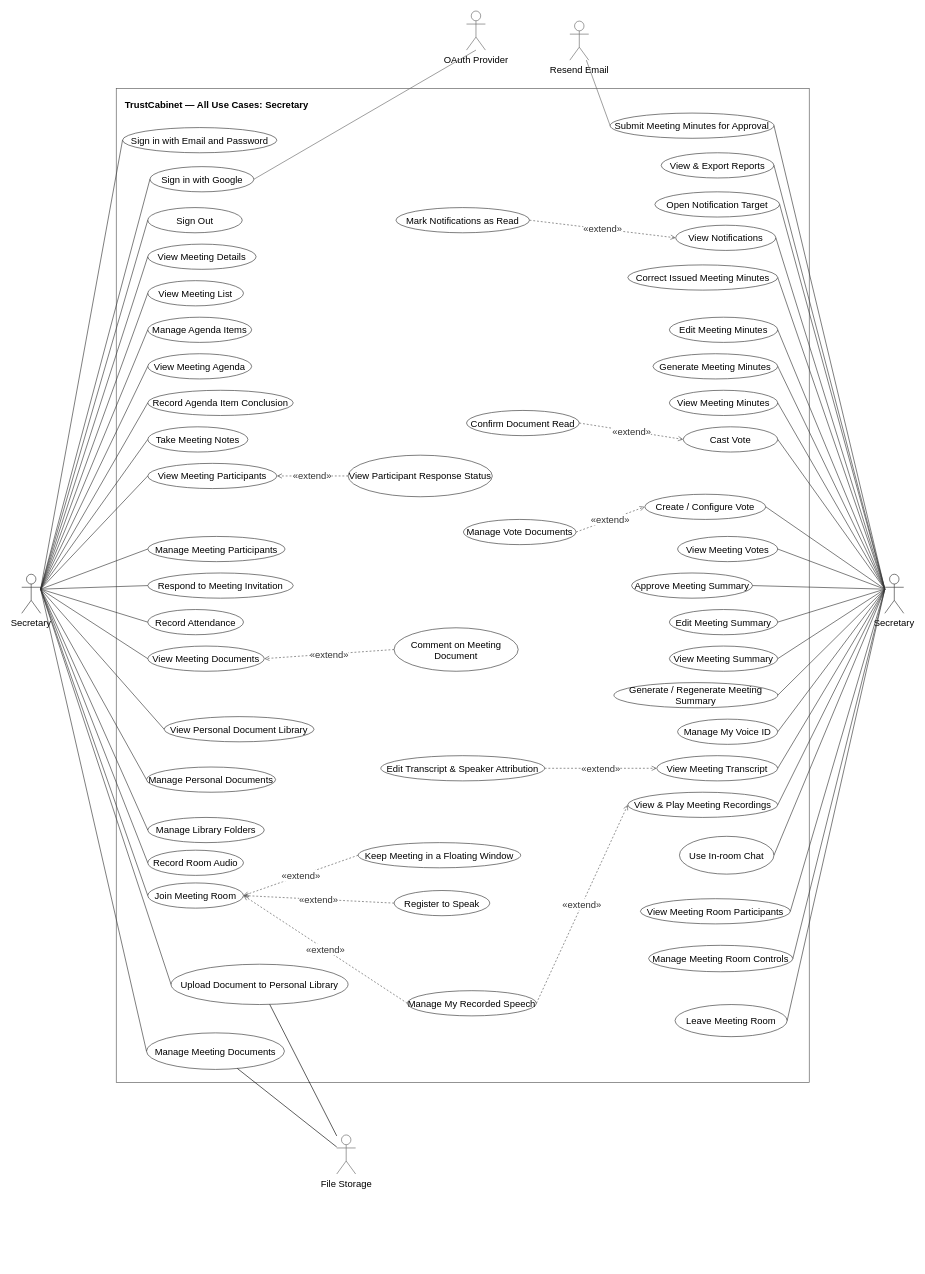
Earlier version of the draw.io diagram page "Secretary" (5 of 7) of docs/14-uc-diagram/trustcabinet-use-cases.drawio (callmehai/FU-FA26-G116). Source tidied: cells renumbered, new cells numbered last; positions are measured from the earlier drawing's top-left corner, leaving out a move shared by most shapes. Both pictures are drawn from the tidied source at 63%, with x=0, y=0 at pixel (21, 11).
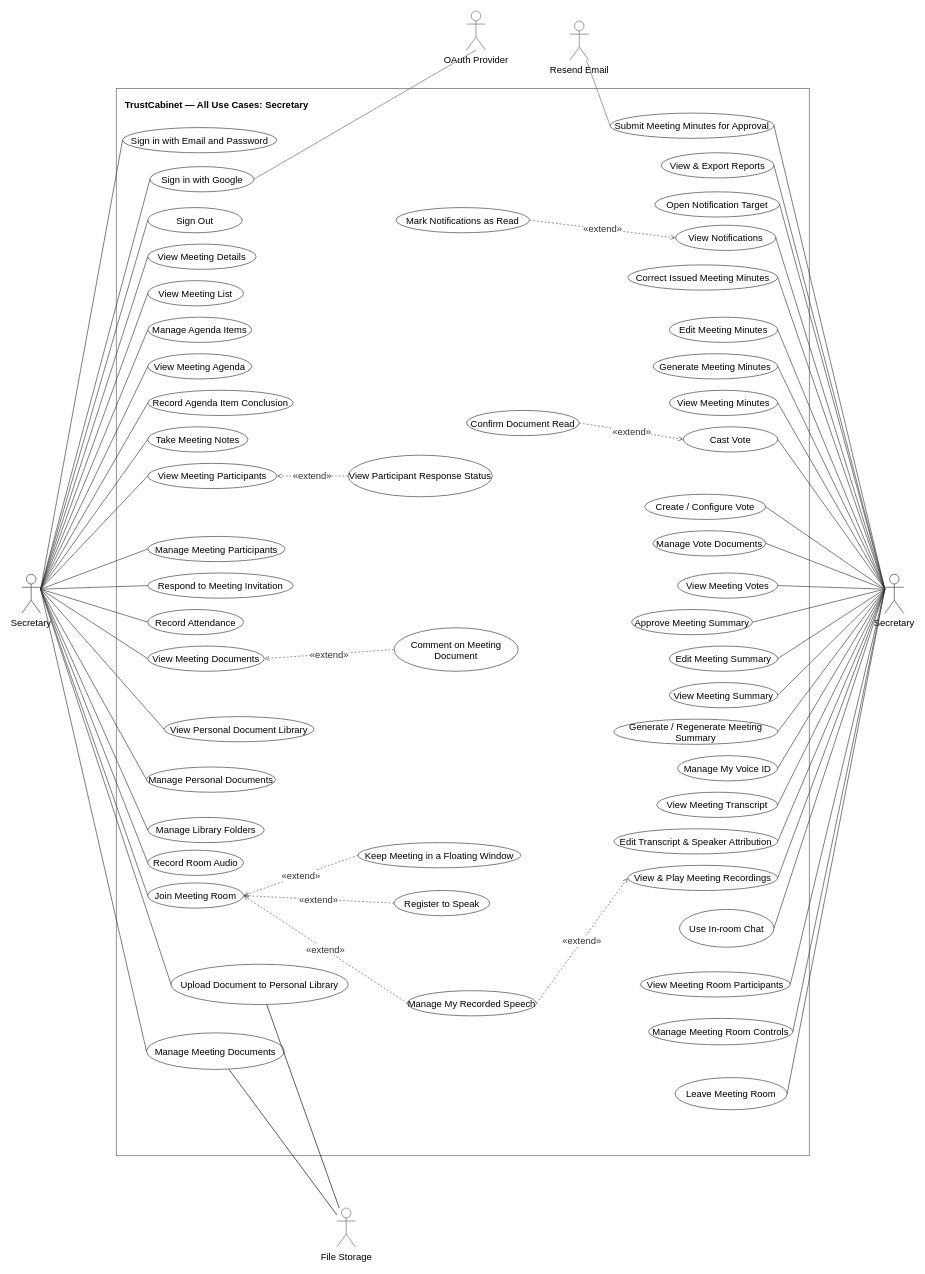
The same page after the edit.

Unchanged cells that the change refers to:
```xml
<mxCell id="4" value="Secretary" style="shape=umlActor;whiteSpace=wrap;verticalLabelPosition=bottom;verticalAlign=top;html=1;outlineConnect=0;fillColor=#ffffff;strokeColor=#333333;fontSize=15;" parent="1" vertex="1">
  <mxGeometry x="1370" y="894" width="30" height="62" as="geometry" />
</mxCell>
<mxCell id="49" value="Create / Configure Vote" style="ellipse;whiteSpace=wrap;html=1;align=center;verticalAlign=middle;fontSize=15;strokeColor=#333333;fillColor=#ffffff;" parent="1" vertex="1">
  <mxGeometry x="989" y="767" width="192" height="40" as="geometry" />
</mxCell>
```

The edit, as a diff of the source:
```diff
@@
     <mxCell id="2" value="TrustCabinet — All Use Cases: Secretary" style="rounded=0;whiteSpace=wrap;html=1;align=left;verticalAlign=top;spacingTop=10;spacingLeft=12;fontStyle=1;fontSize=15;strokeColor=#555555;fillColor=none;" parent="1" vertex="1">
-      <mxGeometry x="150" y="123" width="1100" height="1578" as="geometry" />
+      <mxGeometry x="150" y="123" width="1100" height="1694" as="geometry" />
     </mxCell>
@@
     <mxCell id="16" value="Leave Meeting Room" style="ellipse;whiteSpace=wrap;html=1;align=center;verticalAlign=middle;fontSize=15;strokeColor=#333333;fillColor=#ffffff;" parent="1" vertex="1">
-      <mxGeometry x="1037" y="1577" width="178" height="51" as="geometry" />
+      <mxGeometry x="1037" y="1693" width="178" height="51" as="geometry" />
     </mxCell>
     <mxCell id="17" value="Manage Meeting Room Controls" style="ellipse;whiteSpace=wrap;html=1;align=center;verticalAlign=middle;fontSize=15;strokeColor=#333333;fillColor=#ffffff;" parent="1" vertex="1">
-      <mxGeometry x="995" y="1483" width="229" height="42" as="geometry" />
+      <mxGeometry x="995" y="1599" width="229" height="42" as="geometry" />
     </mxCell>
     <mxCell id="18" value="View Meeting Room Participants" style="ellipse;whiteSpace=wrap;html=1;align=center;verticalAlign=middle;fontSize=15;strokeColor=#333333;fillColor=#ffffff;" parent="1" vertex="1">
-      <mxGeometry x="982" y="1409" width="238" height="40" as="geometry" />
+      <mxGeometry x="982" y="1525" width="238" height="40" as="geometry" />
     </mxCell>
     <mxCell id="19" value="Use In-room Chat" style="ellipse;whiteSpace=wrap;html=1;align=center;verticalAlign=middle;fontSize=15;strokeColor=#333333;fillColor=#ffffff;" parent="1" vertex="1">
-      <mxGeometry x="1044" y="1310" width="150" height="60" as="geometry" />
+      <mxGeometry x="1044" y="1426" width="150" height="60" as="geometry" />
     </mxCell>
@@
     <mxCell id="23" value="View &amp;amp; Play Meeting Recordings" style="ellipse;whiteSpace=wrap;html=1;align=center;verticalAlign=middle;fontSize=15;strokeColor=#333333;fillColor=#ffffff;" parent="1" vertex="1">
-      <mxGeometry x="962" y="1240" width="238" height="40" as="geometry" />
+      <mxGeometry x="962" y="1356" width="238" height="40" as="geometry" />
     </mxCell>
@@
     <mxCell id="25" value="View Meeting Transcript" style="ellipse;whiteSpace=wrap;html=1;align=center;verticalAlign=middle;fontSize=15;strokeColor=#333333;fillColor=#ffffff;" parent="1" vertex="1">
-      <mxGeometry x="1008" y="1182" width="192" height="40" as="geometry" />
+      <mxGeometry x="1008" y="1240" width="192" height="40" as="geometry" />
     </mxCell>
     <mxCell id="26" value="Edit Transcript &amp;amp; Speaker Attribution" style="ellipse;whiteSpace=wrap;html=1;align=center;verticalAlign=middle;fontSize=15;strokeColor=#333333;fillColor=#ffffff;" parent="1" vertex="1">
-      <mxGeometry x="570" y="1182" width="260" height="40" as="geometry" />
+      <mxGeometry x="940" y="1298" width="260" height="40" as="geometry" />
     </mxCell>
     <mxCell id="27" value="View Meeting Summary" style="ellipse;whiteSpace=wrap;html=1;align=center;verticalAlign=middle;fontSize=15;strokeColor=#333333;fillColor=#ffffff;" parent="1" vertex="1">
-      <mxGeometry x="1028" y="1008" width="172" height="40" as="geometry" />
+      <mxGeometry x="1028" y="1066" width="172" height="40" as="geometry" />
     </mxCell>
     <mxCell id="28" value="Edit Meeting Summary" style="ellipse;whiteSpace=wrap;html=1;align=center;verticalAlign=middle;fontSize=15;strokeColor=#333333;fillColor=#ffffff;" parent="1" vertex="1">
-      <mxGeometry x="1028" y="950" width="172" height="40" as="geometry" />
+      <mxGeometry x="1028" y="1008" width="172" height="40" as="geometry" />
     </mxCell>
     <mxCell id="29" value="Approve Meeting Summary" style="ellipse;whiteSpace=wrap;html=1;align=center;verticalAlign=middle;fontSize=15;strokeColor=#333333;fillColor=#ffffff;" parent="1" vertex="1">
-      <mxGeometry x="968" y="892" width="192" height="40" as="geometry" />
+      <mxGeometry x="968" y="950" width="192" height="40" as="geometry" />
     </mxCell>
     <mxCell id="30" value="View Meeting Votes" style="ellipse;whiteSpace=wrap;html=1;align=center;verticalAlign=middle;fontSize=15;strokeColor=#333333;fillColor=#ffffff;" parent="1" vertex="1">
-      <mxGeometry x="1041" y="834" width="159" height="40" as="geometry" />
+      <mxGeometry x="1041" y="892" width="159" height="40" as="geometry" />
     </mxCell>
@@
     <mxCell id="36" value="Generate / Regenerate Meeting Summary" style="ellipse;whiteSpace=wrap;html=1;align=center;verticalAlign=middle;fontSize=15;strokeColor=#333333;fillColor=#ffffff;" parent="1" vertex="1">
-      <mxGeometry x="940" y="1066" width="260" height="40" as="geometry" />
+      <mxGeometry x="940" y="1124" width="260" height="40" as="geometry" />
     </mxCell>
@@
     <mxCell id="50" value="Manage Vote Documents" style="ellipse;whiteSpace=wrap;html=1;align=center;verticalAlign=middle;fontSize=15;strokeColor=#333333;fillColor=#ffffff;" parent="1" vertex="1">
-      <mxGeometry x="701" y="807" width="179" height="40" as="geometry" />
+      <mxGeometry x="1002" y="825" width="179" height="40" as="geometry" />
     </mxCell>
@@
     <mxCell id="55" value="Manage My Voice ID" style="ellipse;whiteSpace=wrap;html=1;align=center;verticalAlign=middle;fontSize=15;strokeColor=#333333;fillColor=#ffffff;" parent="1" vertex="1">
-      <mxGeometry x="1041" y="1124" width="159" height="40" as="geometry" />
+      <mxGeometry x="1041" y="1182" width="159" height="40" as="geometry" />
     </mxCell>
@@
     <mxCell id="61" value="File Storage" style="shape=umlActor;verticalLabelPosition=bottom;verticalAlign=top;html=1;outlineConnect=0;fillColor=#ffffff;strokeColor=#666666;fontSize=15;" parent="1" vertex="1">
-      <mxGeometry x="500" y="1784" width="30" height="62" as="geometry" />
+      <mxGeometry x="500" y="1900" width="30" height="62" as="geometry" />
     </mxCell>
@@
-    <mxCell id="69" value="«extend»" style="edgeStyle=none;html=1;dashed=1;strokeColor=#555555;fontColor=#333333;fontSize=15;endArrow=open;endFill=0;labelBackgroundColor=#FFFFFF;exitX=1;exitY=0.5;exitDx=0;exitDy=0;entryX=0;entryY=0.5;entryDx=0;entryDy=0;" parent="1" edge="1" source="50" target="49">
-      <mxGeometry relative="1" as="geometry" />
-    </mxCell>
@@
-    <mxCell id="72" value="«extend»" style="edgeStyle=none;html=1;dashed=1;strokeColor=#555555;fontColor=#333333;fontSize=15;endArrow=open;endFill=0;labelBackgroundColor=#FFFFFF;exitX=1;exitY=0.5;exitDx=0;exitDy=0;entryX=0;entryY=0.5;entryDx=0;entryDy=0;" parent="1" edge="1" source="26" target="25">
-      <mxGeometry relative="1" as="geometry" />
-    </mxCell>
@@
+    <mxCell id="117" style="edgeStyle=none;strokeColor=#333333;html=1;strokeWidth=1;endArrow=none;startArrow=none;exitX=0;exitY=0.35;exitDx=-4;exitDy=0;entryX=1;entryY=0.5;entryDx=0;entryDy=0;fontSize=15;" parent="1" edge="1" source="4" target="50">
+      <mxGeometry relative="1" as="geometry" />
+    </mxCell>
+    <mxCell id="118" style="edgeStyle=none;strokeColor=#333333;html=1;strokeWidth=1;endArrow=none;startArrow=none;exitX=0;exitY=0.35;exitDx=-4;exitDy=0;entryX=1;entryY=0.5;entryDx=0;entryDy=0;fontSize=15;" parent="1" edge="1" source="4" target="26">
+      <mxGeometry relative="1" as="geometry" />
+    </mxCell>
```
